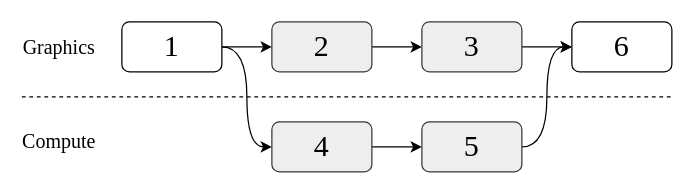
Before: fg-2p2poset.drawio in atyuwen/digram-cache, a draw.io diagram. Source tidied: cells renumbered, new cells numbered last; positions are measured from the earlier drawing's top-left corner, leaving out a move shared by most shapes. Both pictures are drawn from the tidied source at 125%, with x=0, y=0 at pixel (21, 21).
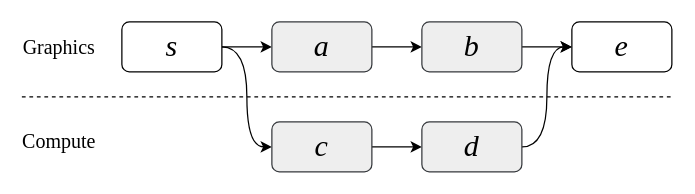
The same page after the edit.

What changed in the source:
```diff
@@
 <mxGraphModel>
   <root>
     <mxCell id="0" />
     <mxCell id="1" parent="0" />
     <mxCell id="2" style="edgeStyle=orthogonalEdgeStyle;rounded=0;jettySize=auto;html=1;" parent="1" edge="1" source="4" target="6">
       <mxGeometry relative="1" as="geometry" />
     </mxCell>
     <mxCell id="3" style="edgeStyle=orthogonalEdgeStyle;rounded=0;jettySize=auto;html=1;exitX=1;exitY=0.5;exitDx=0;exitDy=0;entryX=0;entryY=0.5;entryDx=0;entryDy=0;curved=1;" parent="1" edge="1" source="4" target="11">
       <mxGeometry relative="1" as="geometry" />
     </mxCell>
-    <mxCell id="4" value="1" style="rounded=1;whiteSpace=wrap;html=1;fontFamily=Times New Roman;fontSize=24;" parent="1" vertex="1">
+    <mxCell id="4" value="s" style="rounded=1;whiteSpace=wrap;html=1;fontFamily=Times New Roman;fontSize=24;fontStyle=2;" parent="1" vertex="1">
       <mxGeometry x="80" width="80" height="40" as="geometry" />
     </mxCell>
     <mxCell id="5" style="edgeStyle=orthogonalEdgeStyle;rounded=0;jettySize=auto;html=1;" parent="1" edge="1" source="6" target="8">
       <mxGeometry relative="1" as="geometry" />
     </mxCell>
-    <mxCell id="6" value="2" style="rounded=1;whiteSpace=wrap;html=1;fontFamily=Times New Roman;fontSize=24;labelBackgroundColor=none;fillColor=#eeeeee;strokeColor=#36393d;" parent="1" vertex="1">
+    <mxCell id="6" value="a" style="rounded=1;whiteSpace=wrap;html=1;fontFamily=Times New Roman;fontSize=24;labelBackgroundColor=none;fillColor=#eeeeee;strokeColor=#36393d;fontStyle=2;" parent="1" vertex="1">
       <mxGeometry x="200" width="80" height="40" as="geometry" />
     </mxCell>
     <mxCell id="7" style="edgeStyle=orthogonalEdgeStyle;rounded=0;jettySize=auto;html=1;" parent="1" edge="1" source="8" target="9">
       <mxGeometry relative="1" as="geometry" />
     </mxCell>
-    <mxCell id="8" value="3" style="rounded=1;whiteSpace=wrap;html=1;fontFamily=Times New Roman;fontSize=24;fillColor=#eeeeee;strokeColor=#36393d;" parent="1" vertex="1">
+    <mxCell id="8" value="b" style="rounded=1;whiteSpace=wrap;html=1;fontFamily=Times New Roman;fontSize=24;fillColor=#eeeeee;strokeColor=#36393d;fontStyle=2;" parent="1" vertex="1">
       <mxGeometry x="320" width="80" height="40" as="geometry" />
     </mxCell>
-    <mxCell id="9" value="6" style="rounded=1;whiteSpace=wrap;html=1;fontFamily=Times New Roman;fontSize=24;" parent="1" vertex="1">
+    <mxCell id="9" value="e" style="rounded=1;whiteSpace=wrap;html=1;fontFamily=Times New Roman;fontSize=24;fontStyle=2;" parent="1" vertex="1">
       <mxGeometry x="440" width="80" height="40" as="geometry" />
     </mxCell>
     <mxCell id="10" style="edgeStyle=orthogonalEdgeStyle;rounded=0;jettySize=auto;html=1;" parent="1" edge="1" source="11" target="13">
       <mxGeometry relative="1" as="geometry" />
     </mxCell>
-    <mxCell id="11" value="4" style="rounded=1;whiteSpace=wrap;html=1;fontFamily=Times New Roman;fontSize=24;fillColor=#eeeeee;strokeColor=#36393d;" parent="1" vertex="1">
+    <mxCell id="11" value="c" style="rounded=1;whiteSpace=wrap;html=1;fontFamily=Times New Roman;fontSize=24;fillColor=#eeeeee;strokeColor=#36393d;fontStyle=2;" parent="1" vertex="1">
       <mxGeometry x="200" y="80" width="80" height="40" as="geometry" />
     </mxCell>
     <mxCell id="12" style="edgeStyle=orthogonalEdgeStyle;rounded=0;jettySize=auto;html=1;entryX=0;entryY=0.5;entryDx=0;entryDy=0;curved=1;" parent="1" edge="1" source="13" target="9">
       <mxGeometry relative="1" as="geometry" />
     </mxCell>
-    <mxCell id="13" value="5" style="rounded=1;whiteSpace=wrap;html=1;fontFamily=Times New Roman;fontSize=24;fillColor=#eeeeee;strokeColor=#36393d;" parent="1" vertex="1">
+    <mxCell id="13" value="d" style="rounded=1;whiteSpace=wrap;html=1;fontFamily=Times New Roman;fontSize=24;fillColor=#eeeeee;strokeColor=#36393d;fontStyle=2;" parent="1" vertex="1">
       <mxGeometry x="320" y="80" width="80" height="40" as="geometry" />
     </mxCell>
     <mxCell id="14" style="endArrow=none;dashed=1;html=1;rounded=0;" parent="1" edge="1">
       <mxGeometry relative="1" as="geometry">
         <mxPoint y="60" as="sourcePoint" />
         <mxPoint x="520" y="60" as="targetPoint" />
       </mxGeometry>
     </mxCell>
     <mxCell id="15" value="Graphics" style="text;html=1;strokeColor=none;fillColor=none;align=center;verticalAlign=middle;whiteSpace=wrap;rounded=0;fontFamily=Times New Roman;fontSize=16;" parent="1" vertex="1">
       <mxGeometry y="5" width="60" height="30" as="geometry" />
     </mxCell>
     <mxCell id="16" value="Compute" style="text;html=1;strokeColor=none;fillColor=none;align=center;verticalAlign=middle;whiteSpace=wrap;rounded=0;fontFamily=Times New Roman;fontSize=16;" parent="1" vertex="1">
       <mxGeometry y="80" width="60" height="30" as="geometry" />
     </mxCell>
   </root>
 </mxGraphModel>
```
